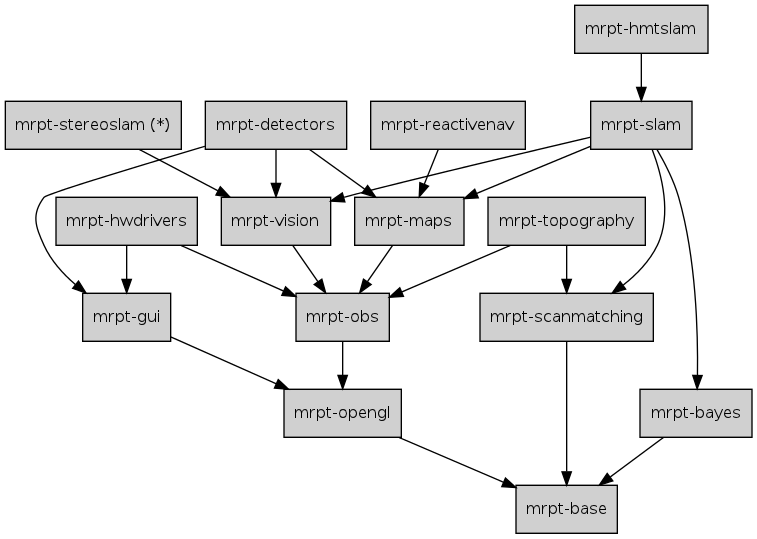
This is doc/design_of_images/graph_mrpt_libs.png from MRPT/mrpt, a Graphviz export, as it was before one commit. Its source is kept beside it as doc/design_of_images/graph_mrpt_libs.dot.
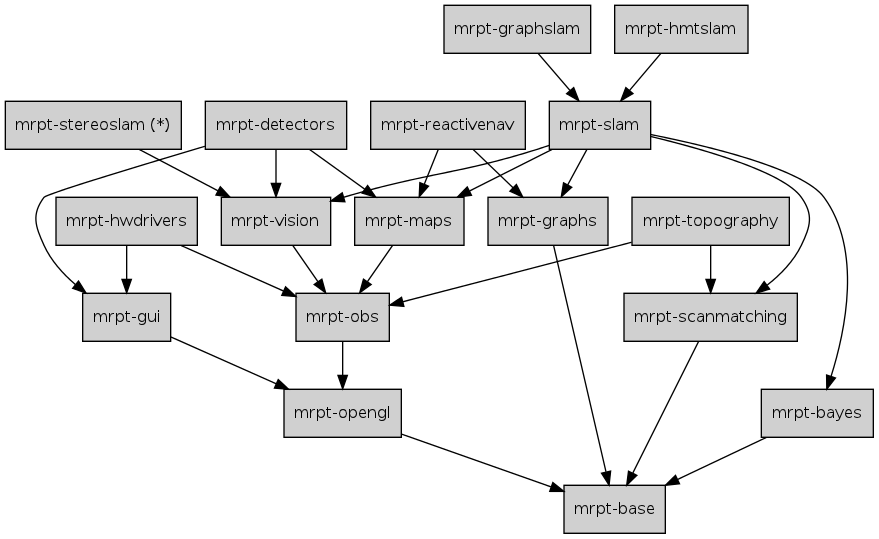
The same diagram one commit later.

Change to the diagram source:
```diff
@@ -3,6 +3,7 @@
 	node [shape=box,style=filled, fillcolor="#D0D0D0",fontsize=12];
 
 	base 		[label="mrpt-base",URL="group__mrpt__base__grp.html"];
+	graphs		[label="mrpt-graphs",URL="group__mrpt__graphs__grp.html"];
 	bayes 		[label="mrpt-bayes",URL="group__mrpt__bayes__grp.html"];
 	opengl 		[label="mrpt-opengl", URL="group__mrpt__opengl__grp.html"];
 	gui 		[label="mrpt-gui",URL="group__mrpt__gui__grp.html"];
@@ -14,6 +15,7 @@
 	scanmatching 		[label="mrpt-scanmatching",URL="group__mrpt__scanmatching__grp.html"];
 
 	slam 		[label="mrpt-slam",URL="group__mrpt__slam__grp.html"];
+	graphslam	[label="mrpt-graphslam",URL="group__mrpt__graphslam__grp.html"];
 
 	hmtslam		[label="mrpt-hmtslam",URL="group__mrpt__hmtslam__grp.html"];
 	reactivenav	[label="mrpt-reactivenav",URL="group__mrpt__reactivenav__grp.html"];
@@ -21,7 +23,7 @@
 
 	detectors	[label="mrpt-detectors",URL="group__mrpt__detectors__grp.html"];
 
-
+	graphs -> base;
 	scanmatching -> base;
 
 	bayes -> base;
@@ -46,6 +48,9 @@
 	slam -> vision;
 	slam -> scanmatching;
 	slam -> bayes;
+	slam -> graphs;
+
+	graphslam -> slam;
 
 	detectors -> vision;
 	detectors -> maps;
@@ -57,4 +62,5 @@
 	stereoslam -> vision;
 
 	reactivenav -> maps;
+	reactivenav -> graphs;
 }
```
